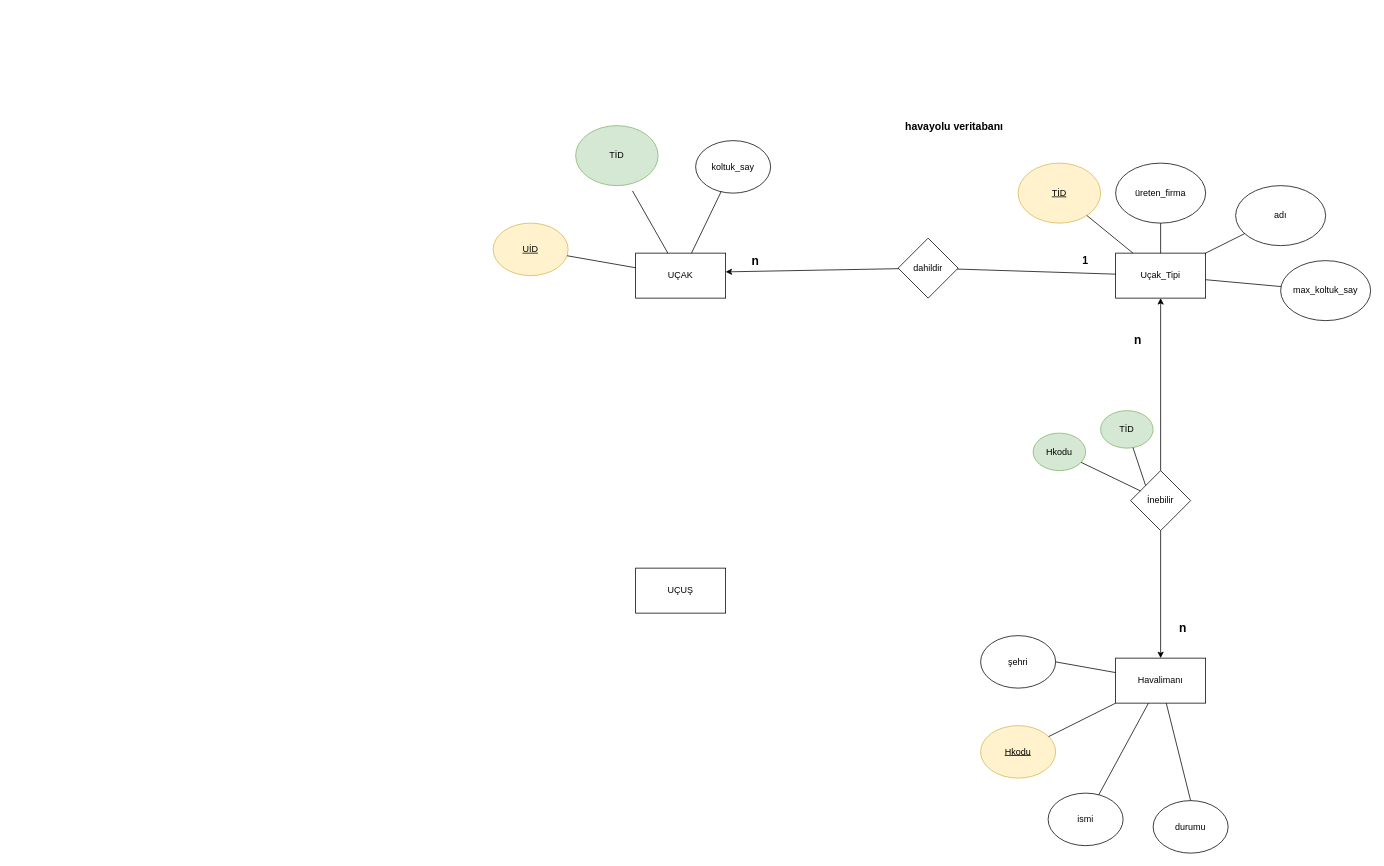
Kulac12/Parlayan-eureka-ya keeps this draw.io diagram as Adsız Diyagram.drawio. Above is the earlier version. Source tidied: cells renumbered, new cells numbered last; positions are measured from the earlier drawing's top-left corner, leaving out a move shared by most shapes. Both pictures are drawn from the tidied source at 75%, with x=0, y=0 at pixel (493, 125).
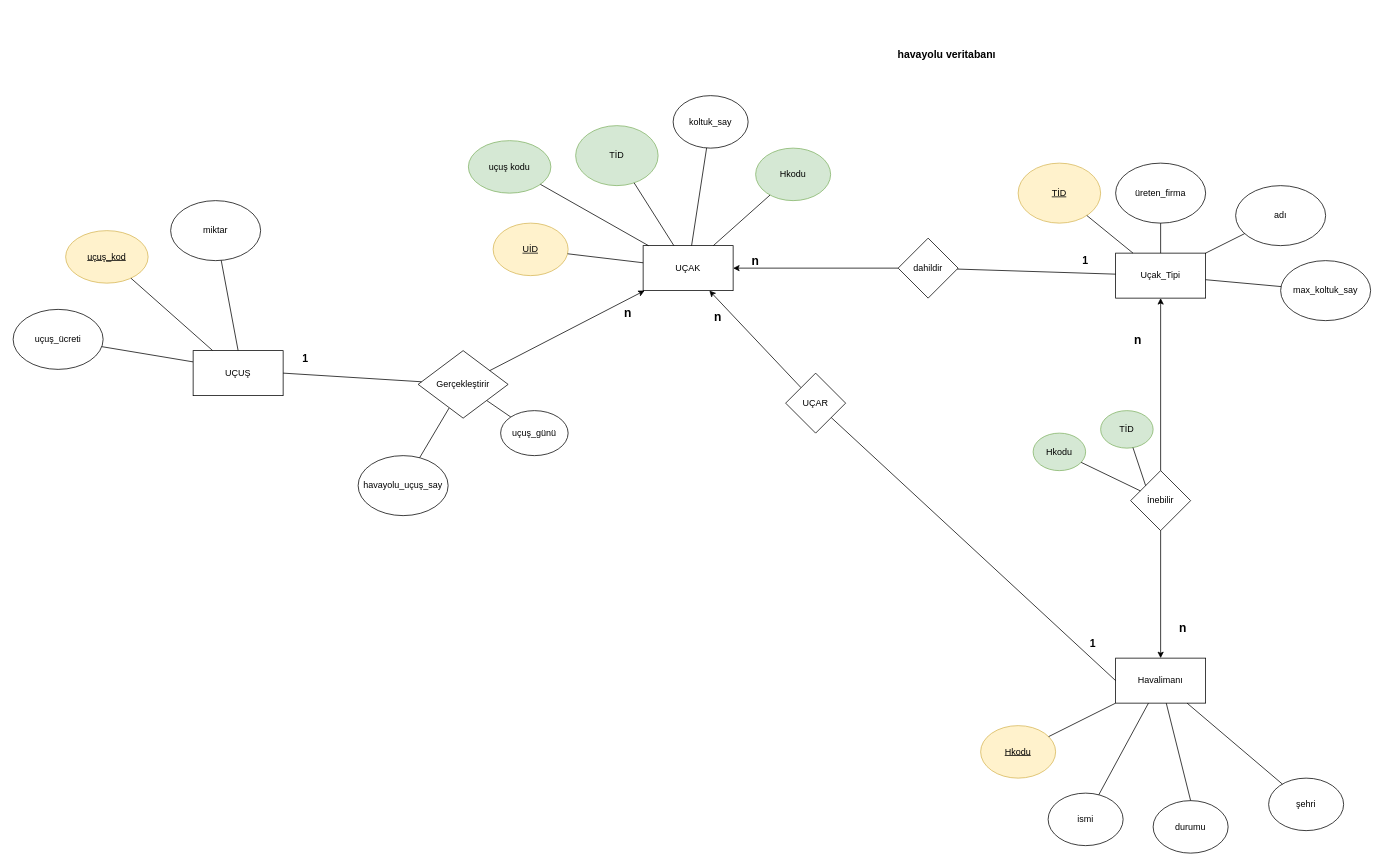
The same diagram, later.

The change refers to these unchanged cells:
```xml
<mxCell id="15" value="Havalimanı" style="rounded=0;whiteSpace=wrap;html=1;" parent="1" vertex="1">
  <mxGeometry x="830" y="710" width="120" height="60" as="geometry" />
</mxCell>
<mxCell id="24" value="dahildir" style="rhombus;whiteSpace=wrap;html=1;" parent="1" vertex="1">
  <mxGeometry x="540" y="150" width="80" height="80" as="geometry" />
</mxCell>
<mxCell id="29" value="TİD" style="ellipse;whiteSpace=wrap;html=1;fillColor=#d5e8d4;strokeColor=#82b366;" parent="1" vertex="1">
  <mxGeometry x="110" width="110" height="80" as="geometry" />
</mxCell>
```

Diff of the diagram source:
```diff
@@
     <mxCell id="2" value="&lt;font style=&quot;font-size: 14px&quot;&gt;&lt;b&gt;havayolu veritabanı&lt;/b&gt;&lt;/font&gt;" style="text;html=1;strokeColor=none;fillColor=none;align=center;verticalAlign=middle;whiteSpace=wrap;rounded=0;" parent="1" vertex="1">
-      <mxGeometry x="500" width="230" as="geometry" />
+      <mxGeometry x="490" y="-150" width="230" height="110" as="geometry" />
     </mxCell>
     <mxCell id="3" value="UÇAK" style="rounded=0;whiteSpace=wrap;html=1;" parent="1" vertex="1">
-      <mxGeometry x="190" y="170" width="120" height="60" as="geometry" />
+      <mxGeometry x="200" y="160" width="120" height="60" as="geometry" />
     </mxCell>
@@
     <mxCell id="5" value="koltuk_say" style="ellipse;whiteSpace=wrap;html=1;" parent="1" vertex="1">
-      <mxGeometry x="270" y="20" width="100" height="70" as="geometry" />
+      <mxGeometry x="240" y="-40" width="100" height="70" as="geometry" />
     </mxCell>
@@
     <mxCell id="18" value="şehri" style="ellipse;whiteSpace=wrap;html=1;" parent="1" vertex="1">
-      <mxGeometry x="650" y="680" width="100" height="70" as="geometry" />
+      <mxGeometry x="1034" y="870" width="100" height="70" as="geometry" />
     </mxCell>
@@
-    <mxCell id="23" style="endArrow=none;html=1;exitX=1;exitY=0.5;exitDx=0;exitDy=0;" parent="1" edge="1" source="18" target="15">
+    <mxCell id="23" style="endArrow=none;html=1;" parent="1" edge="1" source="18" target="15">
       <mxGeometry relative="1" as="geometry" />
     </mxCell>
@@
-    <mxCell id="27" style="endArrow=classic;html=1;" parent="1" edge="1" source="24">
-      <mxGeometry relative="1" as="geometry">
-        <mxPoint x="310" y="195" as="targetPoint" />
-      </mxGeometry>
+    <mxCell id="27" style="endArrow=classic;html=1;" parent="1" edge="1" source="24" target="3">
+      <mxGeometry relative="1" as="geometry" />
     </mxCell>
@@
-    <mxCell id="30" style="endArrow=none;html=1;" parent="1" edge="1" source="3">
-      <mxGeometry relative="1" as="geometry">
-        <mxPoint x="185.8" y="87" as="targetPoint" />
-      </mxGeometry>
+    <mxCell id="30" style="endArrow=none;html=1;" parent="1" edge="1" source="3" target="29">
+      <mxGeometry relative="1" as="geometry" />
     </mxCell>
@@
-    <mxCell id="33" value="UÇUŞ" style="rounded=0;whiteSpace=wrap;html=1;" parent="1" vertex="1">
-      <mxGeometry x="190" y="590" width="120" height="60" as="geometry" />
-    </mxCell>
@@
+    <mxCell id="43" value="&lt;u&gt;uçuş_kod&lt;/u&gt;" style="ellipse;whiteSpace=wrap;html=1;fillColor=#fff2cc;strokeColor=#d6b656;" parent="1" vertex="1">
+      <mxGeometry x="-570" y="140" width="110" height="70" as="geometry" />
+    </mxCell>
+    <mxCell id="44" value="miktar" style="ellipse;whiteSpace=wrap;html=1;" parent="1" vertex="1">
+      <mxGeometry x="-430" y="100" width="120" height="80" as="geometry" />
+    </mxCell>
+    <mxCell id="45" value="uçuş_ücreti" style="ellipse;whiteSpace=wrap;html=1;" parent="1" vertex="1">
+      <mxGeometry x="-640" y="245" width="120" height="80" as="geometry" />
+    </mxCell>
+    <mxCell id="46" style="endArrow=none;html=1;" parent="1" edge="1" source="43" target="33">
+      <mxGeometry relative="1" as="geometry" />
+    </mxCell>
+    <mxCell id="47" style="endArrow=none;html=1;entryX=0;entryY=0.25;entryDx=0;entryDy=0;" parent="1" edge="1" source="45" target="33">
+      <mxGeometry relative="1" as="geometry" />
+    </mxCell>
+    <mxCell id="48" style="endArrow=none;html=1;entryX=0.5;entryY=0;entryDx=0;entryDy=0;" parent="1" edge="1" source="44" target="33">
+      <mxGeometry relative="1" as="geometry" />
+    </mxCell>
+    <mxCell id="49" style="endArrow=classic;html=1;" parent="1" edge="1" source="54" target="3">
+      <mxGeometry relative="1" as="geometry" />
+    </mxCell>
+    <mxCell id="50" value="&lt;b&gt;&lt;font style=&quot;font-size: 16px&quot;&gt;n&lt;/font&gt;&lt;/b&gt;" style="text;html=1;strokeColor=none;fillColor=none;align=center;verticalAlign=middle;whiteSpace=wrap;rounded=0;" parent="1" vertex="1">
+      <mxGeometry x="280" y="245" width="40" height="20" as="geometry" />
+    </mxCell>
+    <mxCell id="51" value="Hkodu" style="ellipse;whiteSpace=wrap;html=1;fillColor=#d5e8d4;strokeColor=#82b366;" parent="1" vertex="1">
+      <mxGeometry x="350" y="30" width="100" height="70" as="geometry" />
+    </mxCell>
+    <mxCell id="52" style="endArrow=none;html=1;" parent="1" edge="1" source="51" target="3">
+      <mxGeometry relative="1" as="geometry" />
+    </mxCell>
+    <mxCell id="53" value="uçuş_günü" style="ellipse;whiteSpace=wrap;html=1;" parent="1" vertex="1">
+      <mxGeometry x="10" y="380" width="90" height="60" as="geometry" />
+    </mxCell>
+    <mxCell id="54" value="UÇAR" style="rhombus;whiteSpace=wrap;html=1;" parent="1" vertex="1">
+      <mxGeometry x="390" y="330" width="80" height="80" as="geometry" />
+    </mxCell>
+    <mxCell id="55" style="endArrow=none;html=1;" parent="1" edge="1" source="53" target="62">
+      <mxGeometry relative="1" as="geometry" />
+    </mxCell>
+    <mxCell id="56" style="endArrow=none;html=1;entryX=0;entryY=0.5;entryDx=0;entryDy=0;" parent="1" edge="1" source="54" target="15">
+      <mxGeometry relative="1" as="geometry" />
+    </mxCell>
+    <mxCell id="57" value="&lt;b&gt;&lt;font style=&quot;font-size: 14px&quot;&gt;1&lt;/font&gt;&lt;/b&gt;" style="text;html=1;strokeColor=none;fillColor=none;align=center;verticalAlign=middle;whiteSpace=wrap;rounded=0;" parent="1" vertex="1">
+      <mxGeometry x="780" y="680" width="40" height="20" as="geometry" />
+    </mxCell>
+    <mxCell id="58" value="havayolu_uçuş_say" style="ellipse;whiteSpace=wrap;html=1;" parent="1" vertex="1">
+      <mxGeometry x="-180" y="440" width="120" height="80" as="geometry" />
+    </mxCell>
+    <mxCell id="59" style="endArrow=none;html=1;" parent="1" edge="1" source="58" target="62">
+      <mxGeometry relative="1" as="geometry" />
+    </mxCell>
+    <mxCell id="33" value="UÇUŞ" style="rounded=0;whiteSpace=wrap;html=1;" parent="1" vertex="1">
+      <mxGeometry x="-400" y="300" width="120" height="60" as="geometry" />
+    </mxCell>
+    <mxCell id="60" value="uçuş kodu" style="ellipse;whiteSpace=wrap;html=1;fillColor=#d5e8d4;strokeColor=#82b366;" parent="1" vertex="1">
+      <mxGeometry x="-33" y="20" width="110" height="70" as="geometry" />
+    </mxCell>
+    <mxCell id="61" style="endArrow=none;html=1;" parent="1" edge="1" source="60" target="3">
+      <mxGeometry relative="1" as="geometry" />
+    </mxCell>
+    <mxCell id="62" value="Gerçekleştirir" style="rhombus;whiteSpace=wrap;html=1;" parent="1" vertex="1">
+      <mxGeometry x="-100" y="300" width="120" height="90" as="geometry" />
+    </mxCell>
+    <mxCell id="63" style="endArrow=none;html=1;exitX=1;exitY=0.5;exitDx=0;exitDy=0;" parent="1" edge="1" source="33" target="62">
+      <mxGeometry relative="1" as="geometry" />
+    </mxCell>
+    <mxCell id="64" style="endArrow=classic;html=1;" parent="1" edge="1" source="62" target="3">
+      <mxGeometry relative="1" as="geometry" />
+    </mxCell>
+    <mxCell id="65" value="&lt;b&gt;&lt;font style=&quot;font-size: 16px&quot;&gt;n&lt;/font&gt;&lt;/b&gt;" style="text;html=1;strokeColor=none;fillColor=none;align=center;verticalAlign=middle;whiteSpace=wrap;rounded=0;" parent="1" vertex="1">
+      <mxGeometry x="160" y="240" width="40" height="20" as="geometry" />
+    </mxCell>
+    <mxCell id="66" value="&lt;b&gt;&lt;font style=&quot;font-size: 14px&quot;&gt;1&lt;/font&gt;&lt;/b&gt;" style="text;html=1;strokeColor=none;fillColor=none;align=center;verticalAlign=middle;whiteSpace=wrap;rounded=0;" parent="1" vertex="1">
+      <mxGeometry x="-270" y="300" width="40" height="20" as="geometry" />
+    </mxCell>
```
